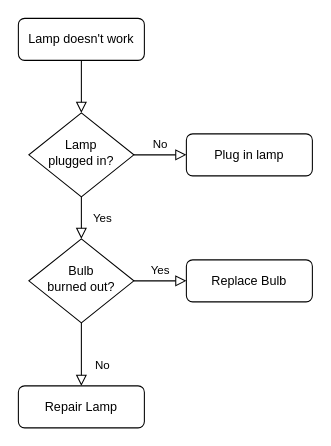
HeisenbergV/node keeps this draw.io diagram as draw/work/设备连接与注册.drawio. Above is the earlier version. Source tidied: cells renumbered, new cells numbered last; positions are measured from the earlier drawing's top-left corner, leaving out a move shared by most shapes. Both pictures are drawn from the tidied source at 105%, with x=0, y=0 at pixel (18, 18).
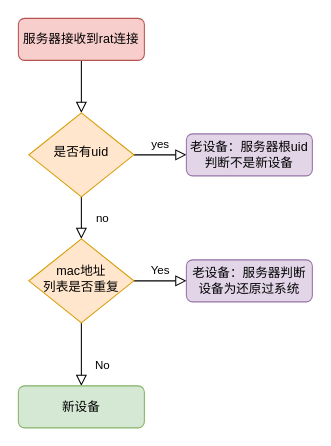
The same diagram, later.

Commit message:
更新设备连接与注册.drawio

Change to the diagram source:
```diff
@@
 <mxGraphModel>
   <root>
     <mxCell id="0" />
     <mxCell id="1" parent="0" />
     <mxCell id="2" style="rounded=0;html=1;jettySize=auto;fontSize=11;endArrow=block;endFill=0;endSize=8;strokeWidth=1;shadow=0;labelBackgroundColor=none;edgeStyle=orthogonalEdgeStyle;" parent="1" edge="1" source="3" target="6">
       <mxGeometry relative="1" as="geometry" />
     </mxCell>
-    <mxCell id="3" value="Lamp doesn't work" style="rounded=1;whiteSpace=wrap;html=1;fontSize=12;glass=0;strokeWidth=1;shadow=0;" parent="1" vertex="1">
+    <mxCell id="3" value="服务器接收到rat连接" style="rounded=1;whiteSpace=wrap;html=1;fontSize=12;glass=0;strokeWidth=1;shadow=0;fillColor=#f8cecc;strokeColor=#b85450;" parent="1" vertex="1">
       <mxGeometry width="120" height="40" as="geometry" />
     </mxCell>
-    <mxCell id="4" value="Yes" style="rounded=0;html=1;jettySize=auto;fontSize=11;endArrow=block;endFill=0;endSize=8;strokeWidth=1;shadow=0;labelBackgroundColor=none;edgeStyle=orthogonalEdgeStyle;" parent="1" edge="1" source="6" target="10">
+    <mxCell id="4" value="no" style="rounded=0;html=1;jettySize=auto;fontSize=11;endArrow=block;endFill=0;endSize=8;strokeWidth=1;shadow=0;labelBackgroundColor=none;edgeStyle=orthogonalEdgeStyle;" parent="1" edge="1" source="6" target="10">
       <mxGeometry y="20" relative="1" as="geometry" />
     </mxCell>
-    <mxCell id="5" value="No" style="edgeStyle=orthogonalEdgeStyle;rounded=0;html=1;jettySize=auto;fontSize=11;endArrow=block;endFill=0;endSize=8;strokeWidth=1;shadow=0;labelBackgroundColor=none;" parent="1" edge="1" source="6" target="7">
+    <mxCell id="5" value="yes" style="edgeStyle=orthogonalEdgeStyle;rounded=0;html=1;jettySize=auto;fontSize=11;endArrow=block;endFill=0;endSize=8;strokeWidth=1;shadow=0;labelBackgroundColor=none;" parent="1" edge="1" source="6" target="7">
       <mxGeometry y="10" relative="1" as="geometry" />
     </mxCell>
-    <mxCell id="6" value="Lamp&lt;br&gt;plugged in?" style="rhombus;whiteSpace=wrap;html=1;shadow=0;fontFamily=Helvetica;fontSize=12;align=center;strokeWidth=1;spacing=6;spacingTop=-4;" parent="1" vertex="1">
+    <mxCell id="6" value="是否有uid" style="rhombus;whiteSpace=wrap;html=1;shadow=0;fontFamily=Helvetica;fontSize=12;align=center;strokeWidth=1;spacing=6;spacingTop=-4;fillColor=#ffe6cc;strokeColor=#d79b00;" parent="1" vertex="1">
       <mxGeometry x="10" y="90" width="100" height="80" as="geometry" />
     </mxCell>
-    <mxCell id="7" value="Plug in lamp" style="rounded=1;whiteSpace=wrap;html=1;fontSize=12;glass=0;strokeWidth=1;shadow=0;" parent="1" vertex="1">
+    <mxCell id="7" value="老设备：服务器根uid&lt;br&gt;判断不是新设备" style="rounded=1;whiteSpace=wrap;html=1;fontSize=12;glass=0;strokeWidth=1;shadow=0;fillColor=#e1d5e7;strokeColor=#9673a6;" parent="1" vertex="1">
       <mxGeometry x="160" y="110" width="120" height="40" as="geometry" />
     </mxCell>
     <mxCell id="8" value="No" style="rounded=0;html=1;jettySize=auto;fontSize=11;endArrow=block;endFill=0;endSize=8;strokeWidth=1;shadow=0;labelBackgroundColor=none;edgeStyle=orthogonalEdgeStyle;" parent="1" edge="1" source="10" target="11">
       <mxGeometry x="0.33" y="20" relative="1" as="geometry" />
     </mxCell>
     <mxCell id="9" value="Yes" style="edgeStyle=orthogonalEdgeStyle;rounded=0;html=1;jettySize=auto;fontSize=11;endArrow=block;endFill=0;endSize=8;strokeWidth=1;shadow=0;labelBackgroundColor=none;" parent="1" edge="1" source="10" target="12">
       <mxGeometry y="10" relative="1" as="geometry" />
     </mxCell>
-    <mxCell id="10" value="Bulb&lt;br&gt;burned out?" style="rhombus;whiteSpace=wrap;html=1;shadow=0;fontFamily=Helvetica;fontSize=12;align=center;strokeWidth=1;spacing=6;spacingTop=-4;" parent="1" vertex="1">
+    <mxCell id="10" value="mac地址&lt;br&gt;列表是否重复" style="rhombus;whiteSpace=wrap;html=1;shadow=0;fontFamily=Helvetica;fontSize=12;align=center;strokeWidth=1;spacing=6;spacingTop=-4;fillColor=#ffe6cc;strokeColor=#d79b00;" parent="1" vertex="1">
       <mxGeometry x="10" y="210" width="100" height="80" as="geometry" />
     </mxCell>
-    <mxCell id="11" value="Repair Lamp" style="rounded=1;whiteSpace=wrap;html=1;fontSize=12;glass=0;strokeWidth=1;shadow=0;" parent="1" vertex="1">
+    <mxCell id="11" value="新设备" style="rounded=1;whiteSpace=wrap;html=1;fontSize=12;glass=0;strokeWidth=1;shadow=0;fillColor=#d5e8d4;strokeColor=#82b366;" parent="1" vertex="1">
       <mxGeometry y="350" width="120" height="40" as="geometry" />
     </mxCell>
-    <mxCell id="12" value="Replace Bulb" style="rounded=1;whiteSpace=wrap;html=1;fontSize=12;glass=0;strokeWidth=1;shadow=0;" parent="1" vertex="1">
+    <mxCell id="12" value="老设备：服务器判断设备为还原过系统" style="rounded=1;whiteSpace=wrap;html=1;fontSize=12;glass=0;strokeWidth=1;shadow=0;fillColor=#e1d5e7;strokeColor=#9673a6;" parent="1" vertex="1">
       <mxGeometry x="160" y="230" width="120" height="40" as="geometry" />
     </mxCell>
   </root>
 </mxGraphModel>
```
